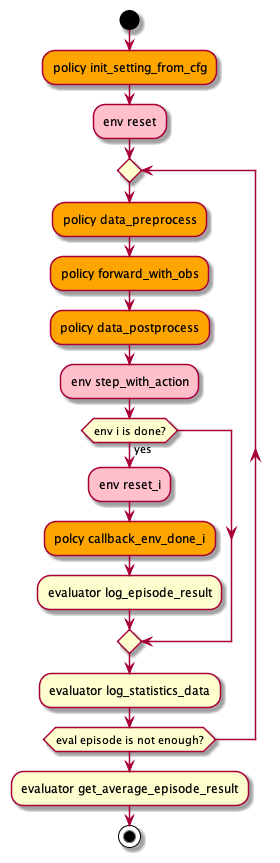
Before: nervex/design/serial_evaluator.png, a diagram exported from PlantUML (opendilab/DI-engine).
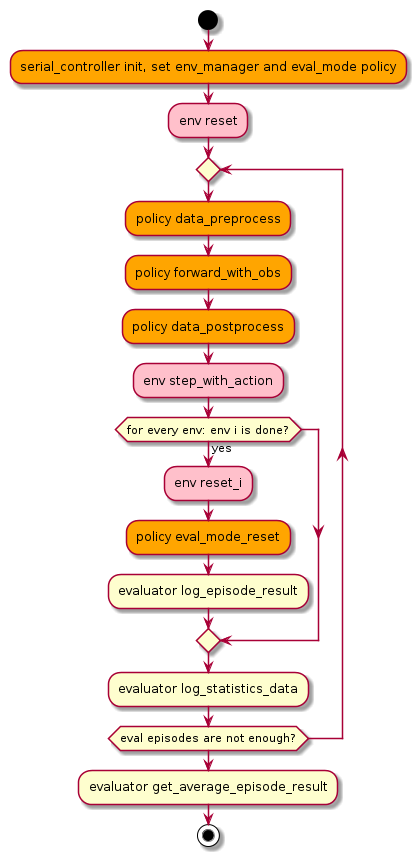
After the commit.

Commit message:
modify policy callback to reset

Diff of the diagram source:
```diff
@@ -1,19 +1,19 @@
 @startuml
 start
-#orange:policy init_setting_from_cfg;
+#orange:serial_controller init, set env_manager and eval_mode policy;
 #pink:env reset;
 repeat
   #orange:policy data_preprocess;
   #orange:policy forward_with_obs;
   #orange:policy data_postprocess;
   #pink:env step_with_action;
-  if (env i is done?) then (yes)
+  if (for every env: env i is done?) then (yes)
     #pink:env reset_i;
-    #orange:polcy callback_env_done_i;
+    #orange:policy eval_mode_reset;
     :evaluator log_episode_result;
   endif
   :evaluator log_statistics_data;
-repeat while (eval episode is not enough?)
+repeat while (eval episodes are not enough?)
 :evaluator get_average_episode_result;
 stop
 @enduml
```
